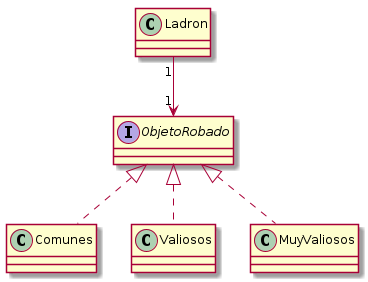
The PlantUML diagram diagrams/classes/clase_ladron.png in MegaRedHand/algo-thief, before a commit. The source it was exported from:
```plantuml
@startuml

class Ladron

interface ObjetoRobado

class Comunes implements ObjetoRobado
class Valiosos implements ObjetoRobado
class MuyValiosos implements ObjetoRobado

Ladron "1" --> "1" ObjetoRobado

@enduml
```
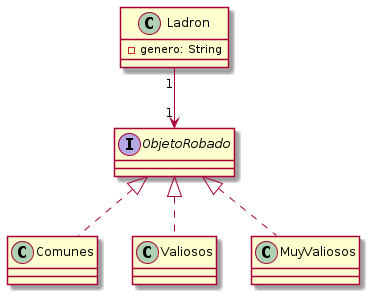
After the change.

What changed in the source:
```diff
@@ -1,6 +1,8 @@
 @startuml
 
-class Ladron
+class Ladron {
+    - genero: String
+}
 
 interface ObjetoRobado
 
```
